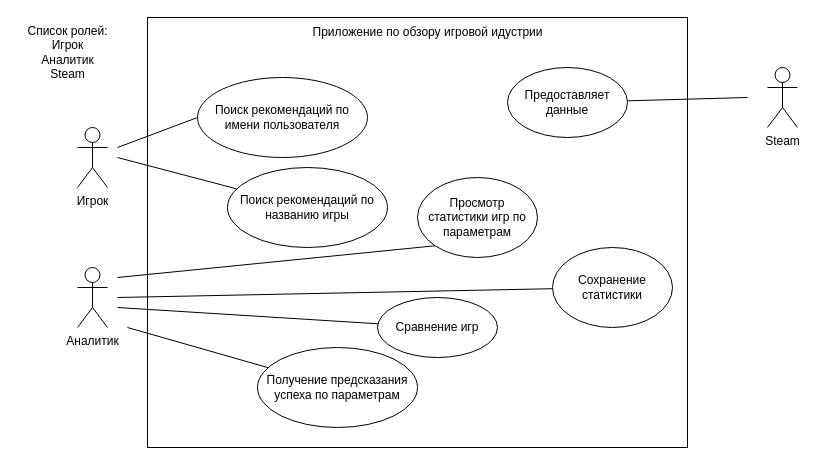
Above: Docs/UseCaseDiagram.drawio in HellInsider/GameDevTool (draw.io), before the change. Source tidied: cells renumbered, new cells numbered last; positions are measured from the earlier drawing's top-left corner, leaving out a move shared by most shapes. Both pictures are drawn from the tidied source at 100%, with x=0, y=0 at pixel (17, 17).
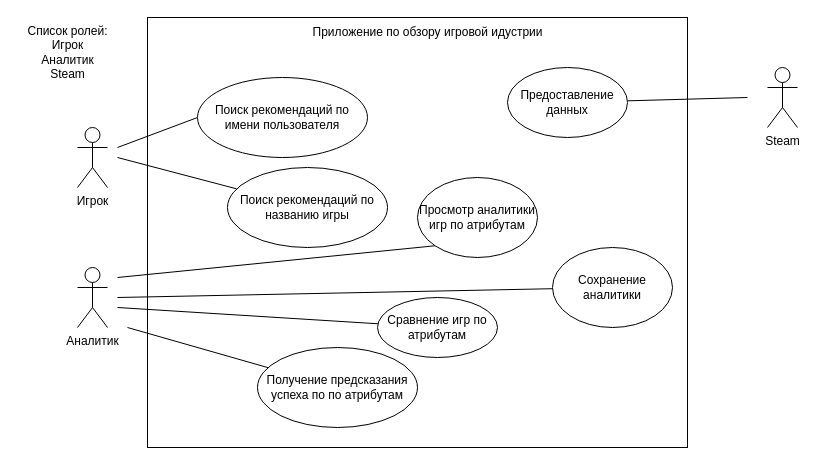
After the change.

Commit message:
Update use case diagram with correct terms

Diff of the diagram source:
```diff
@@
-    <mxCell id="7" value="Просмотр статистики игр по параметрам" style="ellipse;whiteSpace=wrap;html=1;" parent="1" vertex="1">
+    <mxCell id="7" value="Просмотр аналитики игр по атрибутам" style="ellipse;whiteSpace=wrap;html=1;" parent="1" vertex="1">
       <mxGeometry x="400" y="160" width="120" height="80" as="geometry" />
     </mxCell>
@@
-    <mxCell id="14" value="Предоставляет данные" style="ellipse;whiteSpace=wrap;html=1;" parent="1" vertex="1">
+    <mxCell id="14" value="Предоставление данных" style="ellipse;whiteSpace=wrap;html=1;" parent="1" vertex="1">
       <mxGeometry x="490" y="50" width="120" height="70" as="geometry" />
     </mxCell>
@@
-    <mxCell id="17" value="Сохранение статистики" style="ellipse;whiteSpace=wrap;html=1;" parent="1" vertex="1">
+    <mxCell id="17" value="Сохранение аналитики" style="ellipse;whiteSpace=wrap;html=1;" parent="1" vertex="1">
       <mxGeometry x="535" y="230" width="120" height="80" as="geometry" />
     </mxCell>
@@
-    <mxCell id="19" value="Сравнение игр" style="ellipse;whiteSpace=wrap;html=1;" parent="1" vertex="1">
+    <mxCell id="19" value="Сравнение игр&amp;nbsp;по атрибутам" style="ellipse;whiteSpace=wrap;html=1;" parent="1" vertex="1">
       <mxGeometry x="360" y="280" width="120" height="60" as="geometry" />
     </mxCell>
@@
-    <mxCell id="21" value="Получение предсказания успеха по параметрам" style="ellipse;whiteSpace=wrap;html=1;" parent="1" vertex="1">
+    <mxCell id="21" value="Получение предсказания успеха по по атрибутам" style="ellipse;whiteSpace=wrap;html=1;" parent="1" vertex="1">
       <mxGeometry x="240" y="330" width="160" height="80" as="geometry" />
     </mxCell>
```
